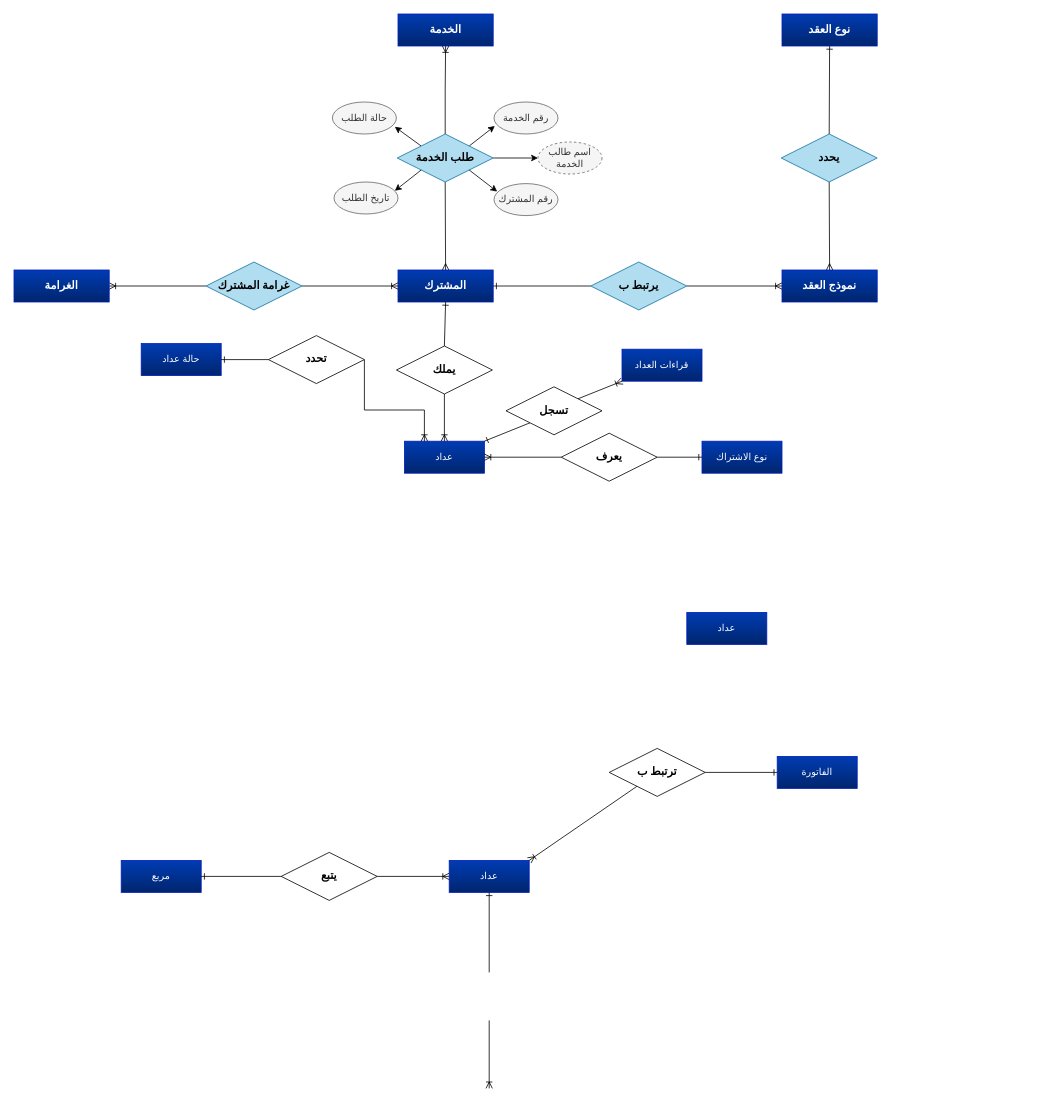
hashalshami/Energy-Station-System keeps this draw.io diagram as page "Master" (1 of 3) of Draw/Relation.drawio. Above is the earlier version. Source tidied: cells renumbered, new cells numbered last; positions are measured from the earlier drawing's top-left corner, leaving out a move shared by most shapes. Both pictures are drawn from the tidied source at 80%, with x=0, y=0 at pixel (14, 14).
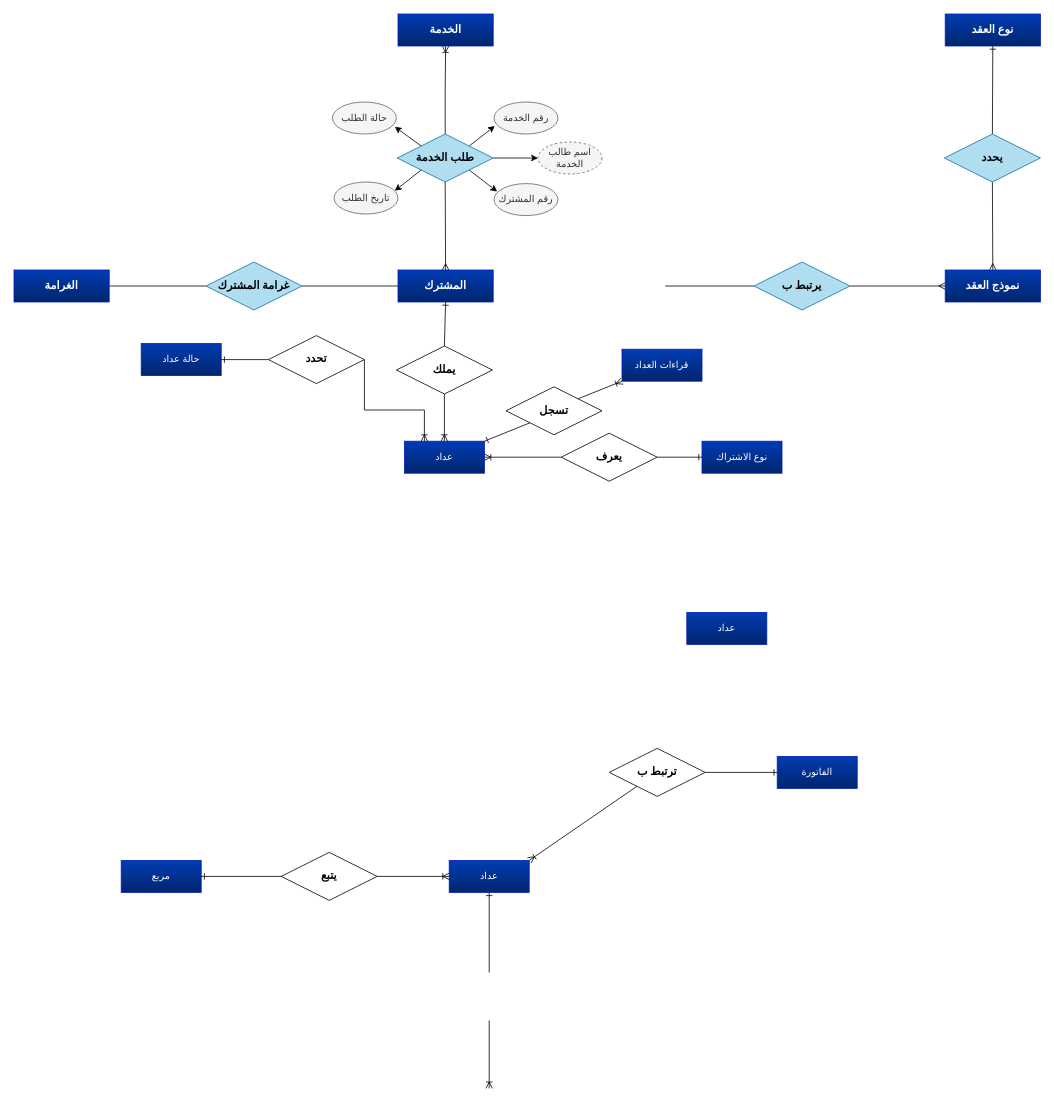
After the change.

Unchanged cells that the change refers to:
```xml
<mxCell id="5" value="المشترك" style="whiteSpace=wrap;html=1;align=center;fontFamily=Times New Roman;fontSize=14;fontStyle=1;gradientDirection=south;shadow=0;glass=0;rounded=0;fillColor=#003CB3;strokeColor=#001DBC;verticalAlign=middle;fontColor=#ffffff;gradientColor=#00256E;" parent="1" vertex="1">
  <mxGeometry x="480" y="320" width="119" height="40" as="geometry" />
</mxCell>
<mxCell id="21" value="غرامة المشترك" style="shape=rhombus;perimeter=rhombusPerimeter;whiteSpace=wrap;html=1;align=center;fontSize=14;fontFamily=Times New Roman;fontStyle=1;strokeColor=#10739e;verticalAlign=middle;fontColor=default;fillColor=#b1ddf0;" parent="1" vertex="1">
  <mxGeometry x="240" y="310" width="120" height="60" as="geometry" />
</mxCell>
<mxCell id="55" value="الغرامة" style="whiteSpace=wrap;html=1;align=center;fontFamily=Times New Roman;fontSize=14;fontStyle=1;gradientDirection=south;shadow=0;glass=0;rounded=0;fillColor=#003CB3;strokeColor=#001DBC;verticalAlign=middle;fontColor=#ffffff;gradientColor=#00256E;" parent="1" vertex="1">
  <mxGeometry y="320" width="119" height="40" as="geometry" />
</mxCell>
```

Diff of the diagram source:
```diff
@@
-    <mxCell id="2" style="edgeStyle=orthogonalEdgeStyle;rounded=0;jettySize=auto;html=1;exitX=0;exitY=0.5;exitDx=0;exitDy=0;entryX=1;entryY=0.5;entryDx=0;entryDy=0;endArrow=none;startFill=0;startArrow=ERoneToMany;fontSize=14;spacingBottom=0;spacingLeft=20;fontStyle=1;" parent="1" edge="1" source="56" target="4">
+    <mxCell id="2" style="edgeStyle=orthogonalEdgeStyle;rounded=0;jettySize=auto;html=1;exitX=0;exitY=0.5;exitDx=0;exitDy=0;entryX=1;entryY=0.5;entryDx=0;entryDy=0;endArrow=none;startFill=0;startArrow=ERmany;fontSize=14;spacingBottom=0;spacingLeft=20;fontStyle=1;" parent="1" edge="1" source="56" target="4">
       <mxGeometry x="-0.33" y="-10" relative="1" as="geometry" />
     </mxCell>
-    <mxCell id="3" style="edgeStyle=none;html=1;exitX=0;exitY=0.5;exitDx=0;exitDy=0;entryX=1;entryY=0.5;entryDx=0;entryDy=0;endArrow=ERone;endFill=0;" parent="1" edge="1" source="4" target="5">
-      <mxGeometry relative="1" as="geometry" />
+    <mxCell id="3" style="edgeStyle=none;html=1;exitX=0;exitY=0.5;exitDx=0;exitDy=0;endArrow=none;endFill=0;" parent="1" edge="1" source="4">
+      <mxGeometry relative="1" as="geometry">
+        <mxPoint x="814" y="340" as="targetPoint" />
+      </mxGeometry>
     </mxCell>
     <mxCell id="4" value="يرتبط ب" style="shape=rhombus;perimeter=rhombusPerimeter;whiteSpace=wrap;html=1;align=center;fontSize=14;fontFamily=Times New Roman;fontStyle=1;strokeColor=#10739e;verticalAlign=middle;fontColor=default;fillColor=#b1ddf0;" parent="1" vertex="1">
-      <mxGeometry x="721" y="310" width="120" height="60" as="geometry" />
+      <mxGeometry x="925" y="310" width="120" height="60" as="geometry" />
     </mxCell>
@@
     <mxCell id="18" value="يحدد" style="shape=rhombus;perimeter=rhombusPerimeter;whiteSpace=wrap;html=1;align=center;fontSize=14;fontFamily=Times New Roman;fontStyle=1;strokeColor=#10739e;verticalAlign=middle;fontColor=default;fillColor=#b1ddf0;" parent="1" vertex="1">
-      <mxGeometry x="959" y="150" width="120" height="60" as="geometry" />
+      <mxGeometry x="1163" y="150" width="120" height="60" as="geometry" />
     </mxCell>
-    <mxCell id="19" style="edgeStyle=none;html=1;exitX=1;exitY=0.5;exitDx=0;exitDy=0;entryX=0;entryY=0.5;entryDx=0;entryDy=0;endArrow=ERoneToMany;endFill=0;" parent="1" edge="1" source="21" target="5">
+    <mxCell id="19" style="edgeStyle=none;html=1;exitX=1;exitY=0.5;exitDx=0;exitDy=0;entryX=0;entryY=0.5;entryDx=0;entryDy=0;endArrow=none;endFill=0;" parent="1" edge="1" source="21" target="5">
       <mxGeometry relative="1" as="geometry" />
     </mxCell>
-    <mxCell id="20" style="edgeStyle=none;html=1;exitX=0;exitY=0.5;exitDx=0;exitDy=0;entryX=1;entryY=0.5;entryDx=0;entryDy=0;endArrow=ERoneToMany;endFill=0;" parent="1" edge="1" source="21" target="55">
+    <mxCell id="20" style="edgeStyle=none;html=1;exitX=0;exitY=0.5;exitDx=0;exitDy=0;entryX=1;entryY=0.5;entryDx=0;entryDy=0;endArrow=none;endFill=0;" parent="1" edge="1" source="21" target="55">
       <mxGeometry relative="1" as="geometry" />
     </mxCell>
@@
     <mxCell id="56" value="نموذج العقد" style="whiteSpace=wrap;html=1;align=center;fontFamily=Times New Roman;fontSize=14;fontStyle=1;gradientDirection=south;shadow=0;glass=0;rounded=0;fillColor=#003CB3;strokeColor=#001DBC;verticalAlign=middle;fontColor=#ffffff;gradientColor=#00256E;" parent="1" vertex="1">
-      <mxGeometry x="960" y="320" width="119" height="40" as="geometry" />
+      <mxGeometry x="1164" y="320" width="119" height="40" as="geometry" />
     </mxCell>
     <mxCell id="57" value="نوع العقد" style="whiteSpace=wrap;html=1;align=center;fontFamily=Times New Roman;fontSize=14;fontStyle=1;gradientDirection=south;shadow=0;glass=0;rounded=0;fillColor=#003CB3;strokeColor=#001DBC;verticalAlign=middle;fontColor=#ffffff;gradientColor=#00256E;" parent="1" vertex="1">
-      <mxGeometry x="960" width="119" height="40" as="geometry" />
+      <mxGeometry x="1164" width="119" height="40" as="geometry" />
     </mxCell>
```
